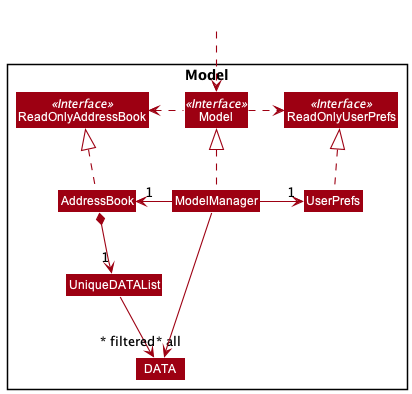
Earlier version of the PlantUML export docs/images/ModelClassDiagram.png (whoisjustinngo/tp).
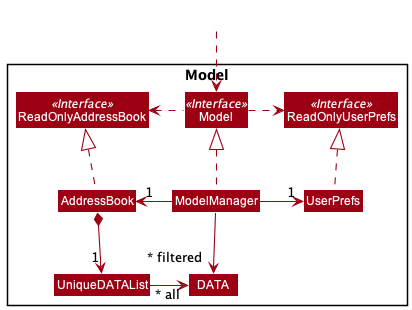
After the change.

What changed in the source:
```diff
@@ -33,8 +33,8 @@
 UserPrefs .up.|> ReadOnlyUserPrefs
 
 AddressBook *--> "1" UniqueDATAList
-UniqueDATAList --> "~* all" DATA
-ModelManager -->"~* filtered" DATA
+UniqueDATAList -left-> "~* all" DATA
+ModelManager -right->"~* filtered" DATA
 
 
 
```
